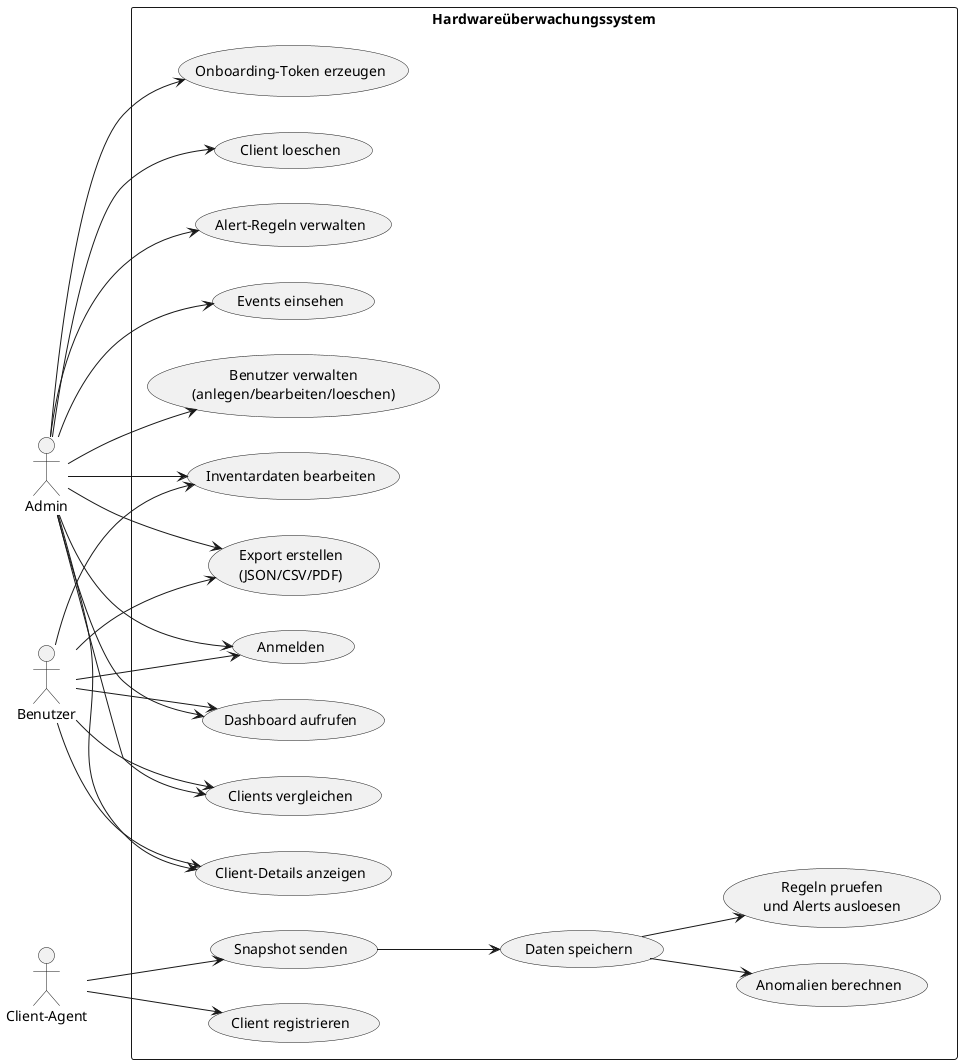
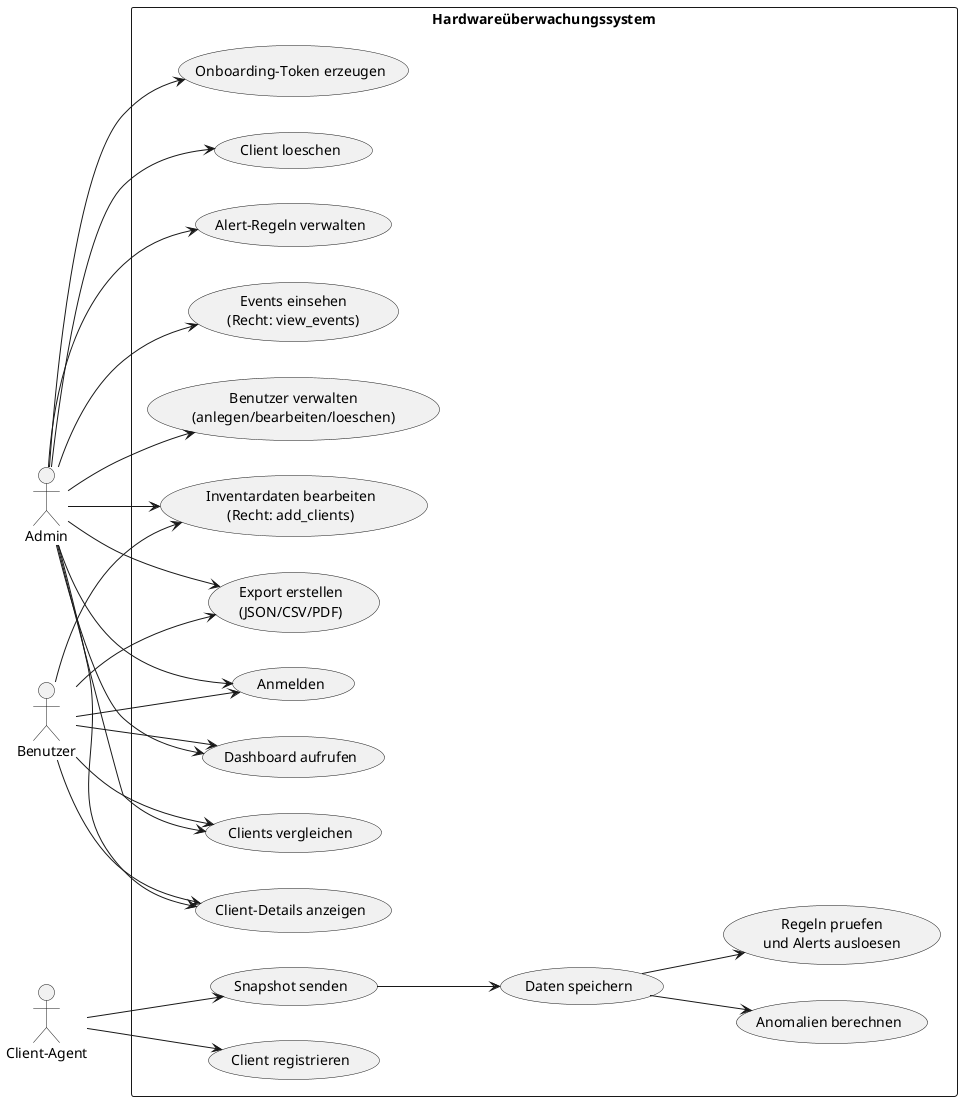
@startuml
left to right direction
skinparam packageStyle rectangle

actor "Admin" as Admin
actor "Benutzer" as User
actor "Client-Agent" as Agent

rectangle "Hardwareüberwachungssystem" {
  usecase "Anmelden" as UC_Login
  usecase "Dashboard aufrufen" as UC_Dashboard
  usecase "Clients vergleichen" as UC_Compare
  usecase "Client-Details anzeigen" as UC_Details
-   usecase "Inventardaten bearbeiten" as UC_Inventory
+   usecase "Inventardaten bearbeiten\n(Recht: add_clients)" as UC_Inventory
  usecase "Export erstellen\n(JSON/CSV/PDF)" as UC_Export
  usecase "Onboarding-Token erzeugen" as UC_Onboard
  usecase "Client loeschen" as UC_DeleteClient
  usecase "Alert-Regeln verwalten" as UC_Alerts
-   usecase "Events einsehen" as UC_Events
+   usecase "Events einsehen\n(Recht: view_events)" as UC_Events
  usecase "Benutzer verwalten\n(anlegen/bearbeiten/loeschen)" as UC_Users

  usecase "Client registrieren" as UC_Register
  usecase "Snapshot senden" as UC_Snapshot
  usecase "Daten speichern" as UC_Store
  usecase "Anomalien berechnen" as UC_Analyze
  usecase "Regeln pruefen\nund Alerts ausloesen" as UC_CheckAlert
}

Admin --> UC_Login
Admin --> UC_Dashboard
Admin --> UC_Compare
Admin --> UC_Details
Admin --> UC_Inventory
Admin --> UC_Onboard
Admin --> UC_DeleteClient
Admin --> UC_Alerts
Admin --> UC_Events
Admin --> UC_Users
Admin --> UC_Export

User --> UC_Login
User --> UC_Dashboard
User --> UC_Compare
User --> UC_Details
User --> UC_Inventory
User --> UC_Export

Agent --> UC_Register
Agent --> UC_Snapshot
UC_Snapshot --> UC_Store
UC_Store --> UC_Analyze
UC_Store --> UC_CheckAlert

@enduml
